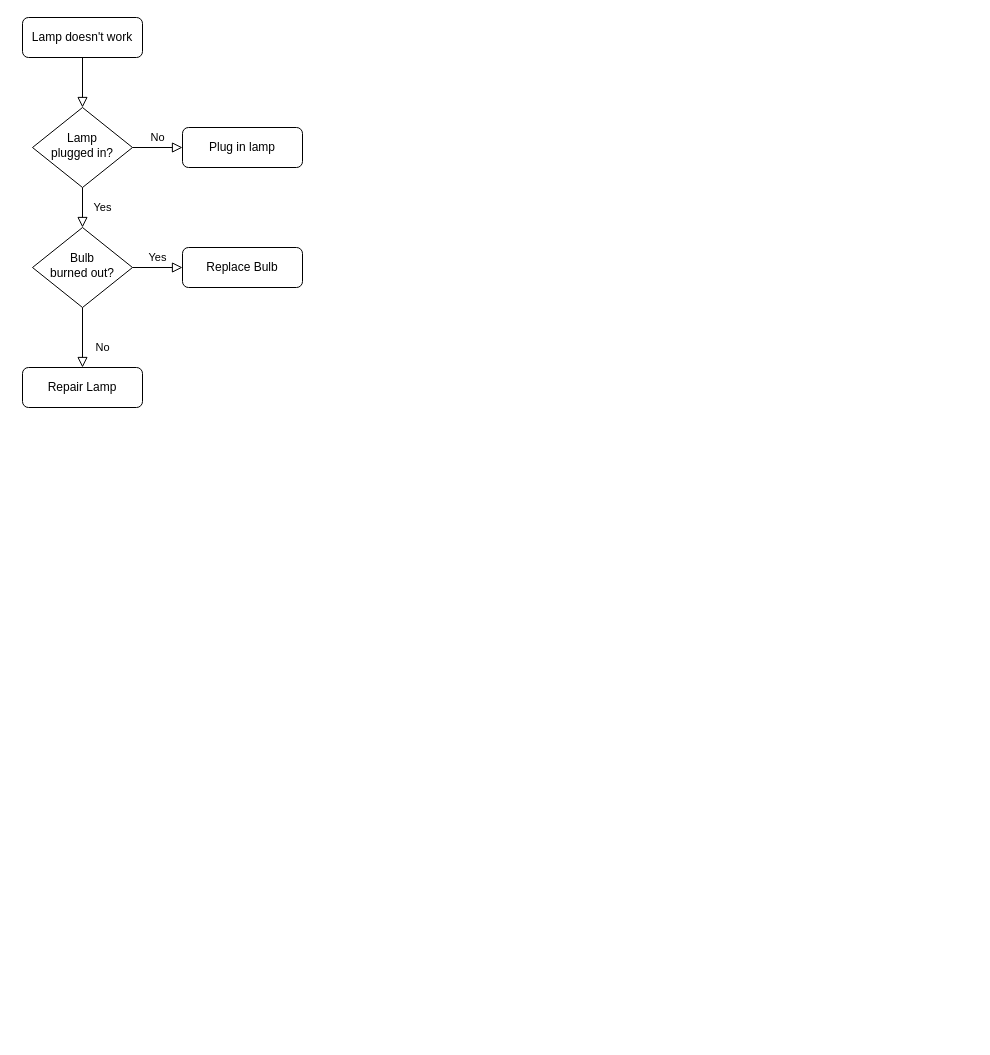
Before: Ai4u-Project-Info-business.drawio in fntp/act, a draw.io diagram. Source tidied: cells renumbered, new cells numbered last; positions are measured from the earlier drawing's top-left corner, leaving out a move shared by most shapes. Both pictures are drawn from the tidied source at 100%, with x=0, y=0 at pixel (22, 17).
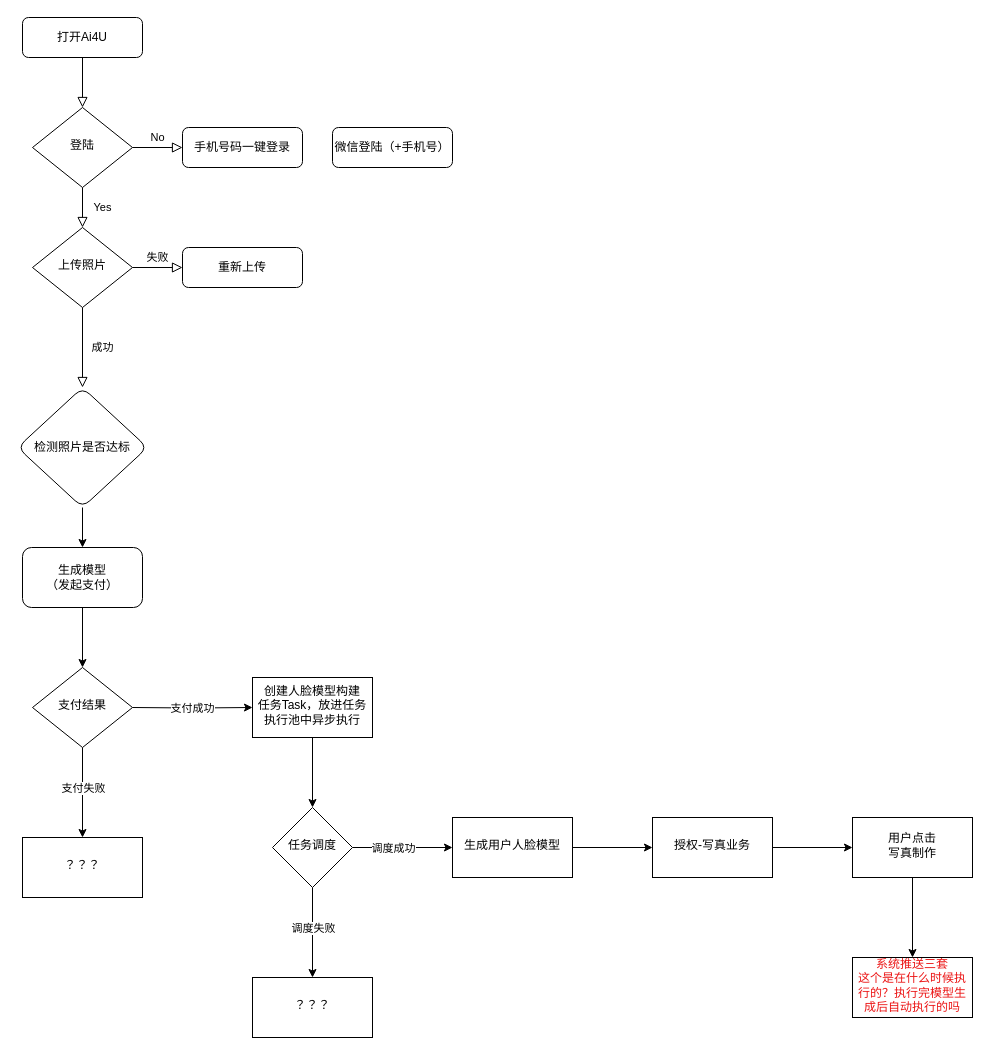
After the change.

What changed in the source:
```diff
@@
-    <mxCell id="3" value="Lamp doesn't work" style="rounded=1;whiteSpace=wrap;html=1;fontSize=12;glass=0;strokeWidth=1;shadow=0;" parent="1" vertex="1">
+    <mxCell id="3" value="打开Ai4U" style="rounded=1;whiteSpace=wrap;html=1;fontSize=12;glass=0;strokeWidth=1;shadow=0;" parent="1" vertex="1">
       <mxGeometry width="120" height="40" as="geometry" />
     </mxCell>
@@
-    <mxCell id="6" value="Lamp&lt;br&gt;plugged in?" style="rhombus;whiteSpace=wrap;html=1;shadow=0;fontFamily=Helvetica;fontSize=12;align=center;strokeWidth=1;spacing=6;spacingTop=-4;" parent="1" vertex="1">
+    <mxCell id="6" value="登陆" style="rhombus;whiteSpace=wrap;html=1;shadow=0;fontFamily=Helvetica;fontSize=12;align=center;strokeWidth=1;spacing=6;spacingTop=-4;" parent="1" vertex="1">
       <mxGeometry x="10" y="90" width="100" height="80" as="geometry" />
     </mxCell>
-    <mxCell id="7" value="Plug in lamp" style="rounded=1;whiteSpace=wrap;html=1;fontSize=12;glass=0;strokeWidth=1;shadow=0;" parent="1" vertex="1">
+    <mxCell id="7" value="手机号码一键登录" style="rounded=1;whiteSpace=wrap;html=1;fontSize=12;glass=0;strokeWidth=1;shadow=0;" parent="1" vertex="1">
       <mxGeometry x="160" y="110" width="120" height="40" as="geometry" />
     </mxCell>
-    <mxCell id="8" value="No" style="rounded=0;html=1;jettySize=auto;fontSize=11;endArrow=block;endFill=0;endSize=8;strokeWidth=1;shadow=0;labelBackgroundColor=none;edgeStyle=orthogonalEdgeStyle;" parent="1" edge="1" source="10" target="11">
-      <mxGeometry x="0.33" y="20" relative="1" as="geometry" />
+    <mxCell id="8" value="成功" style="rounded=0;html=1;jettySize=auto;fontSize=11;endArrow=block;endFill=0;endSize=8;strokeWidth=1;shadow=0;labelBackgroundColor=none;edgeStyle=orthogonalEdgeStyle;entryX=0.5;entryY=0;entryDx=0;entryDy=0;" parent="1" edge="1" source="10" target="36">
+      <mxGeometry y="20" relative="1" as="geometry" />
     </mxCell>
-    <mxCell id="9" value="Yes" style="edgeStyle=orthogonalEdgeStyle;rounded=0;html=1;jettySize=auto;fontSize=11;endArrow=block;endFill=0;endSize=8;strokeWidth=1;shadow=0;labelBackgroundColor=none;" parent="1" edge="1" source="10" target="12">
+    <mxCell id="9" value="失败" style="edgeStyle=orthogonalEdgeStyle;rounded=0;html=1;jettySize=auto;fontSize=11;endArrow=block;endFill=0;endSize=8;strokeWidth=1;shadow=0;labelBackgroundColor=none;" parent="1" edge="1" source="10" target="12">
       <mxGeometry y="10" relative="1" as="geometry" />
     </mxCell>
-    <mxCell id="10" value="Bulb&lt;br&gt;burned out?" style="rhombus;whiteSpace=wrap;html=1;shadow=0;fontFamily=Helvetica;fontSize=12;align=center;strokeWidth=1;spacing=6;spacingTop=-4;" parent="1" vertex="1">
+    <mxCell id="10" value="上传照片" style="rhombus;whiteSpace=wrap;html=1;shadow=0;fontFamily=Helvetica;fontSize=12;align=center;strokeWidth=1;spacing=6;spacingTop=-4;" parent="1" vertex="1">
       <mxGeometry x="10" y="210" width="100" height="80" as="geometry" />
     </mxCell>
-    <mxCell id="11" value="Repair Lamp" style="rounded=1;whiteSpace=wrap;html=1;fontSize=12;glass=0;strokeWidth=1;shadow=0;" parent="1" vertex="1">
-      <mxGeometry y="350" width="120" height="40" as="geometry" />
-    </mxCell>
-    <mxCell id="12" value="Replace Bulb" style="rounded=1;whiteSpace=wrap;html=1;fontSize=12;glass=0;strokeWidth=1;shadow=0;" parent="1" vertex="1">
+    <mxCell id="12" value="重新上传" style="rounded=1;whiteSpace=wrap;html=1;fontSize=12;glass=0;strokeWidth=1;shadow=0;" parent="1" vertex="1">
       <mxGeometry x="160" y="230" width="120" height="40" as="geometry" />
     </mxCell>
+    <mxCell id="13" style="edgeStyle=orthogonalEdgeStyle;rounded=0;jettySize=auto;html=1;" parent="1" edge="1" target="19">
+      <mxGeometry relative="1" as="geometry">
+        <mxPoint x="110" y="690" as="sourcePoint" />
+      </mxGeometry>
+    </mxCell>
+    <mxCell id="14" value="支付成功" style="edgeLabel;html=1;align=center;verticalAlign=middle;" parent="13" vertex="1">
+      <mxGeometry x="-0.29" y="-1" relative="1" as="geometry">
+        <mxPoint x="17" y="-1" as="offset" />
+      </mxGeometry>
+    </mxCell>
+    <mxCell id="15" style="edgeStyle=orthogonalEdgeStyle;rounded=0;orthogonalLoop=1;jettySize=auto;html=1;" parent="1" edge="1">
+      <mxGeometry relative="1" as="geometry">
+        <mxPoint x="60" y="730" as="sourcePoint" />
+        <mxPoint x="60" y="820" as="targetPoint" />
+      </mxGeometry>
+    </mxCell>
+    <mxCell id="16" value="支付失败" style="edgeLabel;html=1;align=center;verticalAlign=middle;" parent="15" vertex="1">
+      <mxGeometry x="-0.42" y="-2" relative="1" as="geometry">
+        <mxPoint x="2" y="14" as="offset" />
+      </mxGeometry>
+    </mxCell>
+    <mxCell id="17" value="支付结果" style="rhombus;whiteSpace=wrap;html=1;shadow=0;fontFamily=Helvetica;fontSize=12;align=center;strokeWidth=1;spacing=6;spacingTop=-4;" parent="1" vertex="1">
+      <mxGeometry x="10" y="650" width="100" height="80" as="geometry" />
+    </mxCell>
+    <mxCell id="18" style="edgeStyle=orthogonalEdgeStyle;rounded=0;jettySize=auto;html=1;" parent="1" edge="1" source="19" target="25">
+      <mxGeometry relative="1" as="geometry" />
+    </mxCell>
+    <mxCell id="19" value="创建人脸模型构建&lt;br&gt;任务Task，放进任务执行池中异步执行" style="whiteSpace=wrap;html=1;shadow=0;strokeWidth=1;spacing=6;spacingTop=-4;" parent="1" vertex="1">
+      <mxGeometry x="230" y="660" width="120" height="60" as="geometry" />
+    </mxCell>
+    <mxCell id="20" value="？？？" style="whiteSpace=wrap;html=1;shadow=0;strokeWidth=1;spacing=6;spacingTop=-4;" parent="1" vertex="1">
+      <mxGeometry y="820" width="120" height="60" as="geometry" />
+    </mxCell>
+    <mxCell id="21" style="edgeStyle=orthogonalEdgeStyle;rounded=0;jettySize=auto;html=1;" parent="1" edge="1" source="25" target="26">
+      <mxGeometry relative="1" as="geometry" />
+    </mxCell>
+    <mxCell id="22" value="调度失败" style="edgeLabel;html=1;align=center;verticalAlign=middle;" parent="21" vertex="1">
+      <mxGeometry x="-0.33" y="-2" relative="1" as="geometry">
+        <mxPoint x="2" y="10" as="offset" />
+      </mxGeometry>
+    </mxCell>
+    <mxCell id="23" style="edgeStyle=orthogonalEdgeStyle;rounded=0;jettySize=auto;html=1;" parent="1" edge="1" source="25" target="28">
+      <mxGeometry relative="1" as="geometry" />
+    </mxCell>
+    <mxCell id="24" value="调度成功" style="edgeLabel;html=1;align=center;verticalAlign=middle;" parent="23" vertex="1">
+      <mxGeometry x="-0.26" y="4" relative="1" as="geometry">
+        <mxPoint x="3" y="4" as="offset" />
+      </mxGeometry>
+    </mxCell>
+    <mxCell id="25" value="任务调度" style="rhombus;whiteSpace=wrap;html=1;shadow=0;strokeWidth=1;spacing=6;spacingTop=-4;" parent="1" vertex="1">
+      <mxGeometry x="250" y="790" width="80" height="80" as="geometry" />
+    </mxCell>
+    <mxCell id="26" value="？？？" style="whiteSpace=wrap;html=1;shadow=0;strokeWidth=1;spacing=6;spacingTop=-4;" parent="1" vertex="1">
+      <mxGeometry x="230" y="960" width="120" height="60" as="geometry" />
+    </mxCell>
+    <mxCell id="27" style="edgeStyle=orthogonalEdgeStyle;rounded=0;jettySize=auto;html=1;" parent="1" edge="1" source="28" target="30">
+      <mxGeometry relative="1" as="geometry" />
+    </mxCell>
+    <mxCell id="28" value="生成用户人脸模型" style="whiteSpace=wrap;html=1;shadow=0;strokeWidth=1;spacing=6;spacingTop=-4;" parent="1" vertex="1">
+      <mxGeometry x="430" y="800" width="120" height="60" as="geometry" />
+    </mxCell>
+    <mxCell id="29" style="edgeStyle=orthogonalEdgeStyle;rounded=0;jettySize=auto;html=1;" parent="1" edge="1" source="30" target="32">
+      <mxGeometry relative="1" as="geometry" />
+    </mxCell>
+    <mxCell id="30" value="授权-写真业务" style="whiteSpace=wrap;html=1;shadow=0;strokeWidth=1;spacing=6;spacingTop=-4;" parent="1" vertex="1">
+      <mxGeometry x="630" y="800" width="120" height="60" as="geometry" />
+    </mxCell>
+    <mxCell id="31" style="edgeStyle=orthogonalEdgeStyle;rounded=0;jettySize=auto;html=1;" parent="1" edge="1" source="32" target="33">
+      <mxGeometry relative="1" as="geometry" />
+    </mxCell>
+    <mxCell id="32" value="用户点击&lt;br&gt;写真制作" style="whiteSpace=wrap;html=1;shadow=0;strokeWidth=1;spacing=6;spacingTop=-4;" parent="1" vertex="1">
+      <mxGeometry x="830" y="800" width="120" height="60" as="geometry" />
+    </mxCell>
+    <mxCell id="33" value="系统推送三套&lt;br&gt;这个是在什么时候执行的？执行完模型生成后自动执行的吗" style="whiteSpace=wrap;html=1;shadow=0;strokeWidth=1;spacing=6;spacingTop=-4;fontColor=#eb1414;" parent="1" vertex="1">
+      <mxGeometry x="830" y="940" width="120" height="60" as="geometry" />
+    </mxCell>
+    <mxCell id="34" value="微信登陆（+手机号）" style="rounded=1;whiteSpace=wrap;html=1;fontSize=12;glass=0;strokeWidth=1;shadow=0;" parent="1" vertex="1">
+      <mxGeometry x="310" y="110" width="120" height="40" as="geometry" />
+    </mxCell>
+    <mxCell id="35" style="edgeStyle=orthogonalEdgeStyle;rounded=0;jettySize=auto;html=1;" parent="1" edge="1" source="36" target="38">
+      <mxGeometry relative="1" as="geometry" />
+    </mxCell>
+    <mxCell id="36" value="检测照片是否达标" style="rhombus;whiteSpace=wrap;html=1;rounded=1;glass=0;strokeWidth=1;shadow=0;" parent="1" vertex="1">
+      <mxGeometry x="-5" y="370" width="130" height="120" as="geometry" />
+    </mxCell>
+    <mxCell id="37" style="edgeStyle=orthogonalEdgeStyle;rounded=0;jettySize=auto;html=1;entryX=0.5;entryY=0;entryDx=0;entryDy=0;" parent="1" edge="1" source="38" target="17">
+      <mxGeometry relative="1" as="geometry" />
+    </mxCell>
+    <mxCell id="38" value="生成模型&lt;br&gt;（发起支付）" style="whiteSpace=wrap;html=1;rounded=1;glass=0;strokeWidth=1;shadow=0;" parent="1" vertex="1">
+      <mxGeometry y="530" width="120" height="60" as="geometry" />
+    </mxCell>
```
